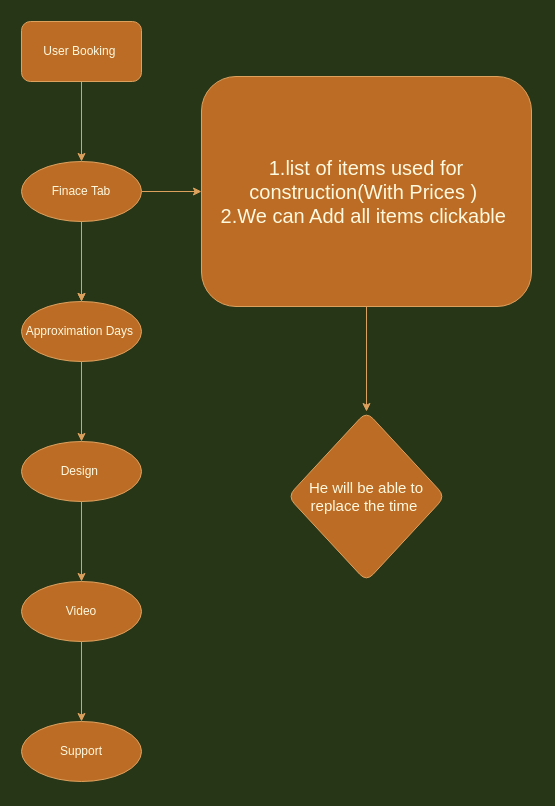
This is page "User Booking" (2 of 5) of Buildor.drawio from Satishpokala124/Buildor, a draw.io file, before an edit. Source tidied: cells renumbered, new cells numbered last; positions are measured from the earlier drawing's top-left corner, leaving out a move shared by most shapes. Both pictures are drawn from the tidied source at 100%, with x=0, y=0 at pixel (21, 21).
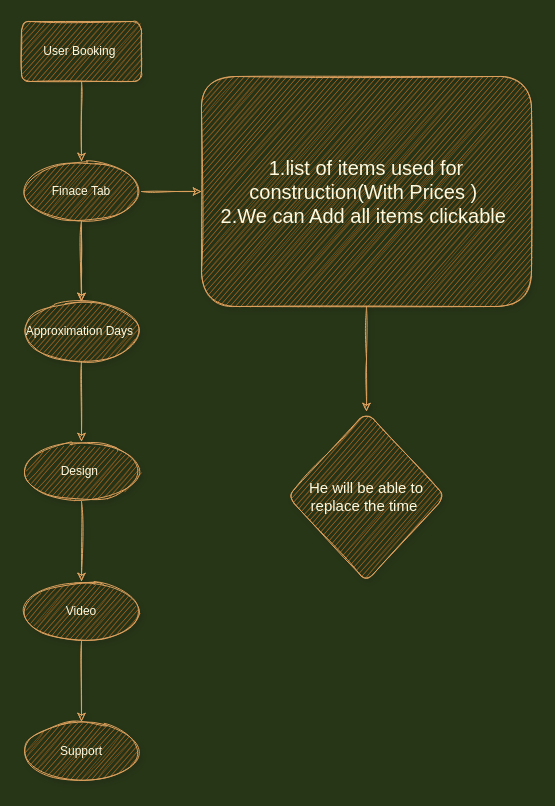
The same diagram, later.

The edit, as a diff of the source:
```diff
@@
 <mxGraphModel background="#283618">
   <root>
     <mxCell id="0" />
     <mxCell id="1" parent="0" />
-    <mxCell id="2" style="edgeStyle=orthogonalEdgeStyle;rounded=0;jettySize=auto;html=1;labelBackgroundColor=#283618;strokeColor=#DDA15E;fontColor=#FEFAE0;" parent="1" edge="1" source="3" target="7">
+    <mxCell id="2" style="edgeStyle=orthogonalEdgeStyle;rounded=0;jettySize=auto;html=1;labelBackgroundColor=#283618;strokeColor=#DDA15E;fontColor=#FEFAE0;sketch=1;shadow=1;" parent="1" edge="1" source="3" target="7">
       <mxGeometry relative="1" as="geometry" />
     </mxCell>
-    <mxCell id="3" value="User Booking&amp;nbsp;" style="rounded=1;whiteSpace=wrap;html=1;fillColor=#BC6C25;strokeColor=#DDA15E;fontColor=#FEFAE0;" parent="1" vertex="1">
+    <mxCell id="3" value="User Booking&amp;nbsp;" style="rounded=1;whiteSpace=wrap;html=1;fillColor=#BC6C25;strokeColor=#DDA15E;fontColor=#FEFAE0;sketch=1;shadow=1;" parent="1" vertex="1">
       <mxGeometry width="120" height="60" as="geometry" />
     </mxCell>
-    <mxCell id="4" style="edgeStyle=orthogonalEdgeStyle;rounded=0;jettySize=auto;html=1;labelBackgroundColor=#283618;strokeColor=#DDA15E;fontColor=#FEFAE0;" parent="1" edge="1" source="7">
+    <mxCell id="4" style="edgeStyle=orthogonalEdgeStyle;rounded=0;jettySize=auto;html=1;labelBackgroundColor=#283618;strokeColor=#DDA15E;fontColor=#FEFAE0;sketch=1;shadow=1;" parent="1" edge="1" source="7">
       <mxGeometry relative="1" as="geometry">
         <mxPoint x="60" y="280" as="targetPoint" />
       </mxGeometry>
     </mxCell>
-    <mxCell id="5" style="edgeStyle=orthogonalEdgeStyle;rounded=0;jettySize=auto;html=1;labelBackgroundColor=#283618;strokeColor=#DDA15E;fontColor=#FEFAE0;" parent="1" edge="1" source="7" target="9">
+    <mxCell id="5" style="edgeStyle=orthogonalEdgeStyle;rounded=0;jettySize=auto;html=1;labelBackgroundColor=#283618;strokeColor=#DDA15E;fontColor=#FEFAE0;sketch=1;shadow=1;" parent="1" edge="1" source="7" target="9">
       <mxGeometry relative="1" as="geometry" />
     </mxCell>
-    <mxCell id="6" style="edgeStyle=orthogonalEdgeStyle;rounded=0;jettySize=auto;html=1;labelBackgroundColor=#283618;strokeColor=#DDA15E;fontColor=#FEFAE0;" parent="1" edge="1" source="7" target="16">
+    <mxCell id="6" style="edgeStyle=orthogonalEdgeStyle;rounded=0;jettySize=auto;html=1;labelBackgroundColor=#283618;strokeColor=#DDA15E;fontColor=#FEFAE0;sketch=1;shadow=1;" parent="1" edge="1" source="7" target="16">
       <mxGeometry relative="1" as="geometry" />
     </mxCell>
-    <mxCell id="7" value="Finace Tab&lt;br&gt;" style="ellipse;whiteSpace=wrap;html=1;rounded=1;fillColor=#BC6C25;strokeColor=#DDA15E;fontColor=#FEFAE0;" parent="1" vertex="1">
+    <mxCell id="7" value="Finace Tab&lt;br&gt;" style="ellipse;whiteSpace=wrap;html=1;rounded=1;fillColor=#BC6C25;strokeColor=#DDA15E;fontColor=#FEFAE0;sketch=1;shadow=1;" parent="1" vertex="1">
       <mxGeometry y="140" width="120" height="60" as="geometry" />
     </mxCell>
-    <mxCell id="8" style="edgeStyle=orthogonalEdgeStyle;rounded=0;jettySize=auto;html=1;labelBackgroundColor=#283618;strokeColor=#DDA15E;fontColor=#FEFAE0;" parent="1" edge="1" source="9" target="11">
+    <mxCell id="8" style="edgeStyle=orthogonalEdgeStyle;rounded=0;jettySize=auto;html=1;labelBackgroundColor=#283618;strokeColor=#DDA15E;fontColor=#FEFAE0;sketch=1;shadow=1;" parent="1" edge="1" source="9" target="11">
       <mxGeometry relative="1" as="geometry" />
     </mxCell>
-    <mxCell id="9" value="Approximation Days&amp;nbsp;" style="ellipse;whiteSpace=wrap;html=1;rounded=1;fillColor=#BC6C25;strokeColor=#DDA15E;fontColor=#FEFAE0;" parent="1" vertex="1">
+    <mxCell id="9" value="Approximation Days&amp;nbsp;" style="ellipse;whiteSpace=wrap;html=1;rounded=1;fillColor=#BC6C25;strokeColor=#DDA15E;fontColor=#FEFAE0;sketch=1;shadow=1;" parent="1" vertex="1">
       <mxGeometry y="280" width="120" height="60" as="geometry" />
     </mxCell>
-    <mxCell id="10" style="edgeStyle=orthogonalEdgeStyle;rounded=0;jettySize=auto;html=1;labelBackgroundColor=#283618;strokeColor=#DDA15E;fontColor=#FEFAE0;" parent="1" edge="1" source="11" target="13">
+    <mxCell id="10" style="edgeStyle=orthogonalEdgeStyle;rounded=0;jettySize=auto;html=1;labelBackgroundColor=#283618;strokeColor=#DDA15E;fontColor=#FEFAE0;sketch=1;shadow=1;" parent="1" edge="1" source="11" target="13">
       <mxGeometry relative="1" as="geometry" />
     </mxCell>
-    <mxCell id="11" value="Design&amp;nbsp;" style="ellipse;whiteSpace=wrap;html=1;rounded=1;fillColor=#BC6C25;strokeColor=#DDA15E;fontColor=#FEFAE0;" parent="1" vertex="1">
+    <mxCell id="11" value="Design&amp;nbsp;" style="ellipse;whiteSpace=wrap;html=1;rounded=1;fillColor=#BC6C25;strokeColor=#DDA15E;fontColor=#FEFAE0;sketch=1;shadow=1;" parent="1" vertex="1">
       <mxGeometry y="420" width="120" height="60" as="geometry" />
     </mxCell>
-    <mxCell id="12" style="edgeStyle=orthogonalEdgeStyle;rounded=0;jettySize=auto;html=1;labelBackgroundColor=#283618;strokeColor=#DDA15E;fontColor=#FEFAE0;" parent="1" edge="1" source="13" target="14">
+    <mxCell id="12" style="edgeStyle=orthogonalEdgeStyle;rounded=0;jettySize=auto;html=1;labelBackgroundColor=#283618;strokeColor=#DDA15E;fontColor=#FEFAE0;sketch=1;shadow=1;" parent="1" edge="1" source="13" target="14">
       <mxGeometry relative="1" as="geometry" />
     </mxCell>
-    <mxCell id="13" value="Video" style="ellipse;whiteSpace=wrap;html=1;rounded=1;fillColor=#BC6C25;strokeColor=#DDA15E;fontColor=#FEFAE0;" parent="1" vertex="1">
+    <mxCell id="13" value="Video" style="ellipse;whiteSpace=wrap;html=1;rounded=1;fillColor=#BC6C25;strokeColor=#DDA15E;fontColor=#FEFAE0;sketch=1;shadow=1;" parent="1" vertex="1">
       <mxGeometry y="560" width="120" height="60" as="geometry" />
     </mxCell>
-    <mxCell id="14" value="Support&lt;br&gt;" style="ellipse;whiteSpace=wrap;html=1;rounded=1;fillColor=#BC6C25;strokeColor=#DDA15E;fontColor=#FEFAE0;" parent="1" vertex="1">
+    <mxCell id="14" value="Support&lt;br&gt;" style="ellipse;whiteSpace=wrap;html=1;rounded=1;fillColor=#BC6C25;strokeColor=#DDA15E;fontColor=#FEFAE0;sketch=1;shadow=1;" parent="1" vertex="1">
       <mxGeometry y="700" width="120" height="60" as="geometry" />
     </mxCell>
-    <mxCell id="15" style="edgeStyle=orthogonalEdgeStyle;rounded=0;jettySize=auto;html=1;fontSize=15;labelBackgroundColor=#283618;strokeColor=#DDA15E;fontColor=#FEFAE0;" parent="1" edge="1" source="16" target="17">
+    <mxCell id="15" style="edgeStyle=orthogonalEdgeStyle;rounded=0;jettySize=auto;html=1;fontSize=15;labelBackgroundColor=#283618;strokeColor=#DDA15E;fontColor=#FEFAE0;sketch=1;shadow=1;" parent="1" edge="1" source="16" target="17">
       <mxGeometry relative="1" as="geometry" />
     </mxCell>
-    <mxCell id="16" value="&lt;font style=&quot;font-size: 20px;&quot;&gt;1.list of items used for construction(With Prices )&amp;nbsp;&lt;br&gt;2.We can Add all items clickable&amp;nbsp;&lt;br&gt;&lt;/font&gt;" style="whiteSpace=wrap;html=1;rounded=1;fillColor=#BC6C25;strokeColor=#DDA15E;fontColor=#FEFAE0;" parent="1" vertex="1">
+    <mxCell id="16" value="&lt;font style=&quot;font-size: 20px;&quot;&gt;1.list of items used for construction(With Prices )&amp;nbsp;&lt;br&gt;2.We can Add all items clickable&amp;nbsp;&lt;br&gt;&lt;/font&gt;" style="whiteSpace=wrap;html=1;rounded=1;fillColor=#BC6C25;strokeColor=#DDA15E;fontColor=#FEFAE0;sketch=1;shadow=1;" parent="1" vertex="1">
       <mxGeometry x="180" y="55" width="330" height="230" as="geometry" />
     </mxCell>
-    <mxCell id="17" value="&lt;font style=&quot;font-size: 15px;&quot;&gt;He will be able to replace the time&amp;nbsp;&lt;/font&gt;" style="rhombus;whiteSpace=wrap;html=1;rounded=1;fillColor=#BC6C25;strokeColor=#DDA15E;fontColor=#FEFAE0;" parent="1" vertex="1">
+    <mxCell id="17" value="&lt;font style=&quot;font-size: 15px;&quot;&gt;He will be able to replace the time&amp;nbsp;&lt;/font&gt;" style="rhombus;whiteSpace=wrap;html=1;rounded=1;fillColor=#BC6C25;strokeColor=#DDA15E;fontColor=#FEFAE0;sketch=1;shadow=1;" parent="1" vertex="1">
       <mxGeometry x="266.2" y="390" width="157.5" height="170" as="geometry" />
     </mxCell>
   </root>
 </mxGraphModel>
```
